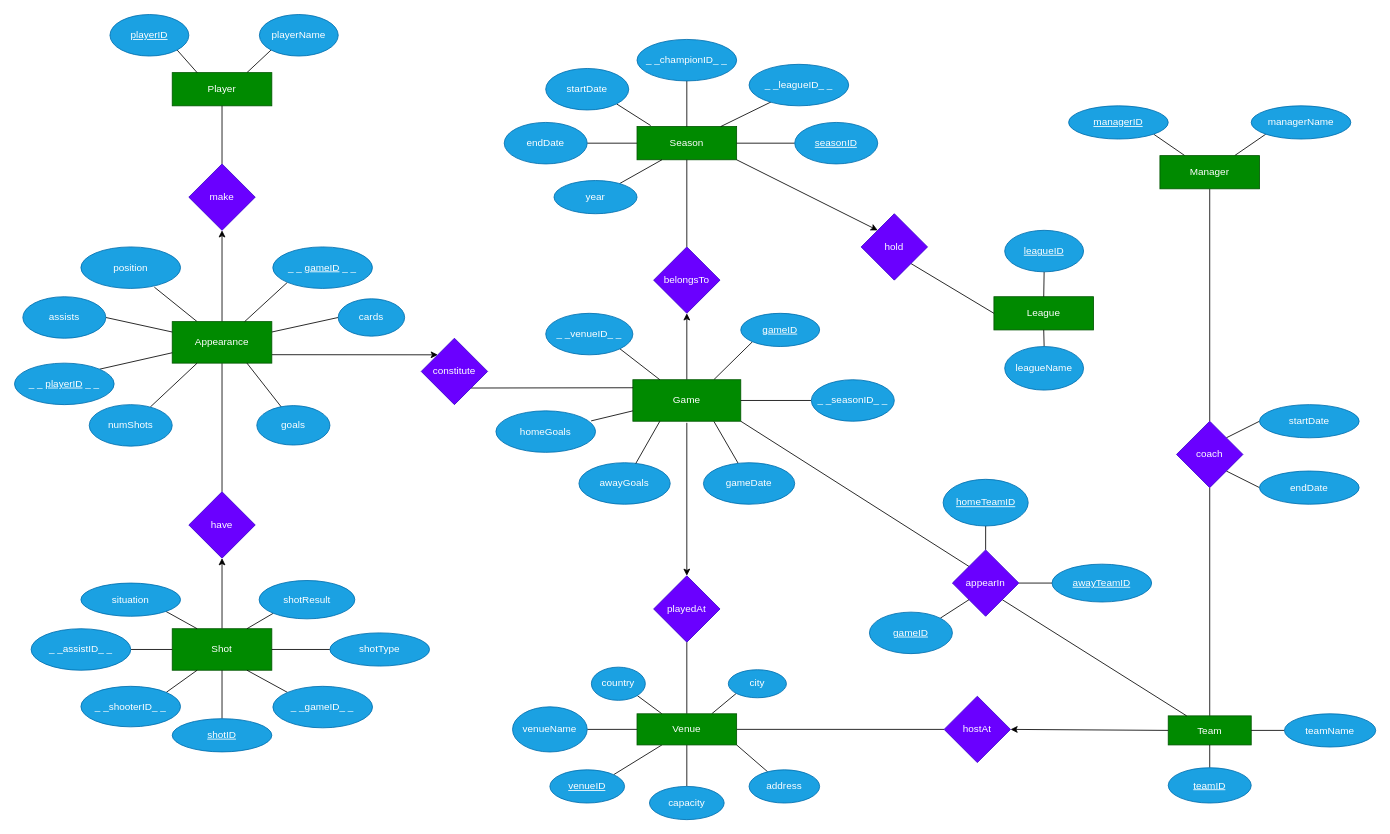
Above: erdiagram.drawio in dgambone3/Soccer_Relational_Database (draw.io), before the change. Source tidied: cells renumbered, new cells numbered last; positions are measured from the earlier drawing's top-left corner, leaving out a move shared by most shapes. Both pictures are drawn from the tidied source at 83%, with x=0, y=0 at pixel (14, 14).
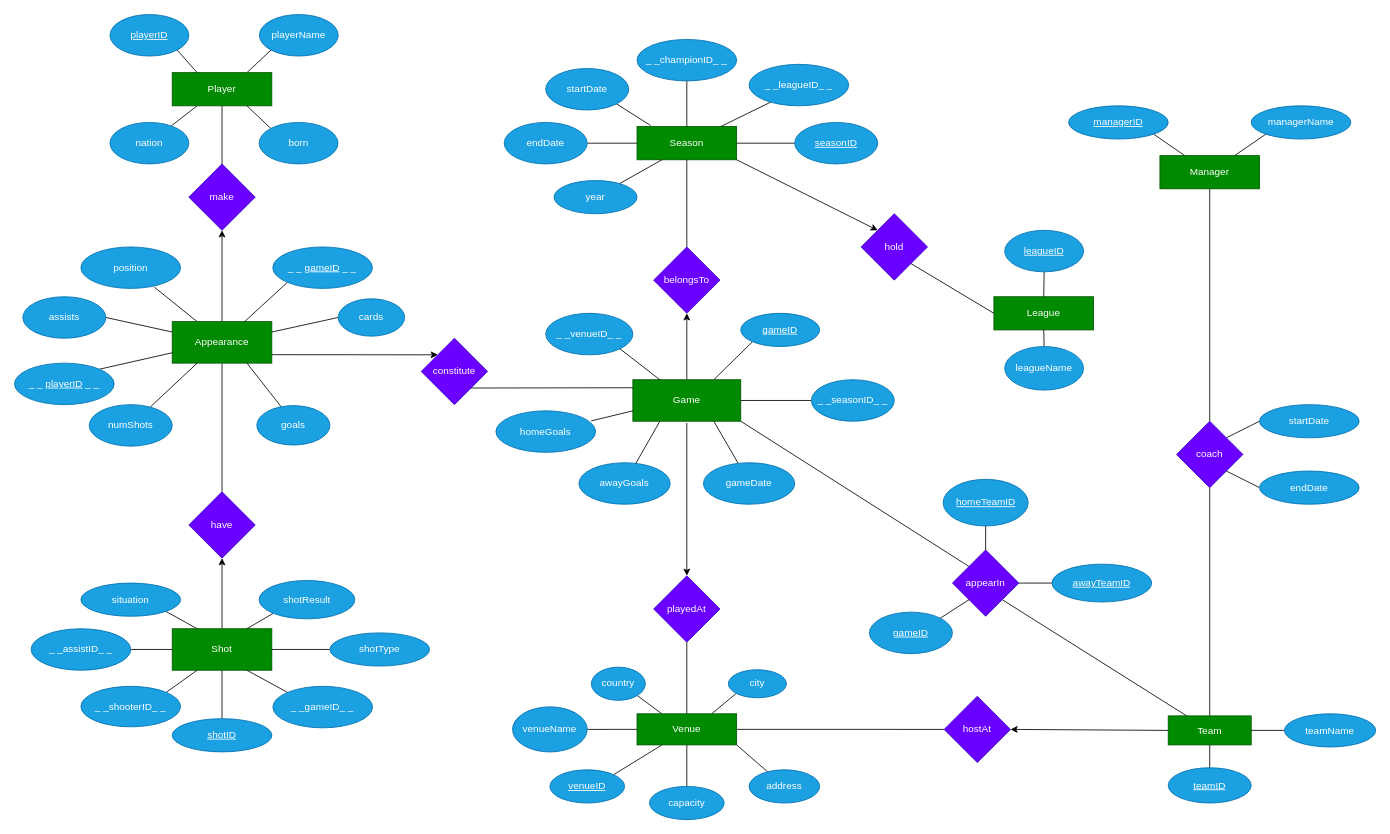
Above is the later version.

Commit message:
updated old ERD

Unchanged cells that the change refers to:
```xml
<mxCell id="28" value="Player" style="whiteSpace=wrap;html=1;fillColor=#008a00;fontColor=#ffffff;strokeColor=#005700;" parent="1" vertex="1">
  <mxGeometry x="190" y="70" width="120" height="40" as="geometry" />
</mxCell>
```

What changed in the source:
```diff
@@
+    <mxCell id="128" style="edgeStyle=none;html=1;exitX=0.25;exitY=1;exitDx=0;exitDy=0;endArrow=none;endFill=0;" parent="1" edge="1" source="28" target="131">
+      <mxGeometry relative="1" as="geometry" />
+    </mxCell>
@@
+    <mxCell id="129" style="edgeStyle=none;html=1;exitX=0;exitY=0;exitDx=0;exitDy=0;entryX=0.75;entryY=1;entryDx=0;entryDy=0;endArrow=none;endFill=0;" parent="1" edge="1" source="130" target="28">
+      <mxGeometry relative="1" as="geometry" />
+    </mxCell>
+    <mxCell id="130" value="born" style="ellipse;whiteSpace=wrap;html=1;fillColor=#1ba1e2;fontColor=#ffffff;strokeColor=#006EAF;" parent="1" vertex="1">
+      <mxGeometry x="294.7" y="130" width="95" height="50" as="geometry" />
+    </mxCell>
+    <mxCell id="131" value="nation" style="ellipse;whiteSpace=wrap;html=1;fillColor=#1ba1e2;fontColor=#ffffff;strokeColor=#006EAF;" parent="1" vertex="1">
+      <mxGeometry x="115" y="130" width="95" height="50" as="geometry" />
+    </mxCell>
```
